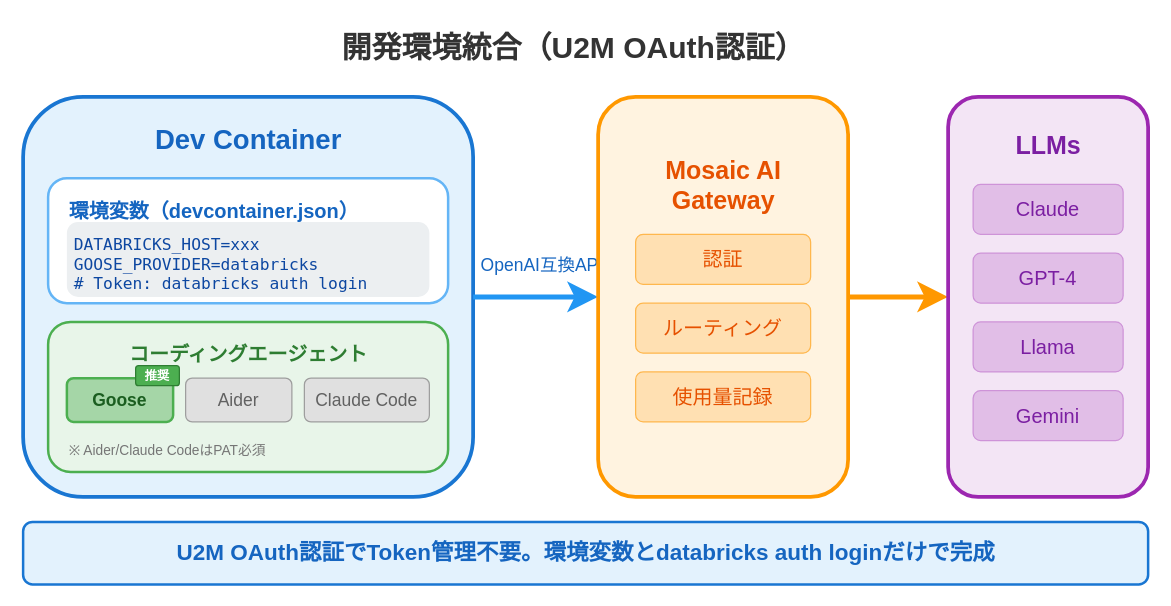
Before: assets/2026-01-27-jedai-ai-gateway/dev-environment.drawio in i9wa4/i9wa4.github.io, a draw.io diagram. Source tidied: cells renumbered, new cells numbered last; positions are measured from the earlier drawing's top-left corner, leaving out a move shared by most shapes. Both pictures are drawn from the tidied source at 125%, with x=0, y=0 at pixel (22, 21).
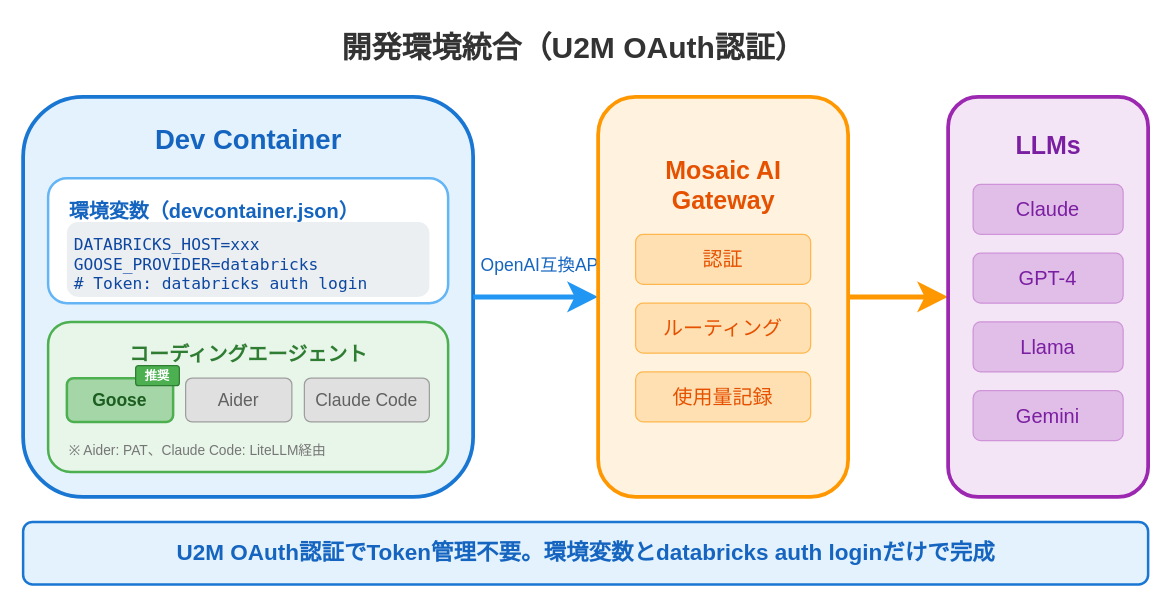
After the change.

Commit message (it also covers changes not shown here):
fix(slides): dev-environment図の注釈を正確に修正

- Aider: PAT必須
- Claude Code: LiteLLM経由必須 (PATではない)

What changed in the source:
```diff
@@
-    <mxCell id="14" value="※ Aider/Claude CodeはPAT必須" style="text;html=1;fontSize=11;fontFamily=Noto Sans JP;fontColor=#757575;align=left;" parent="1" vertex="1">
-      <mxGeometry x="35" y="330" width="200" height="20" as="geometry" />
+    <mxCell id="14" value="※ Aider: PAT、Claude Code: LiteLLM経由" style="text;html=1;fontSize=11;fontFamily=Noto Sans JP;fontColor=#757575;align=left;" parent="1" vertex="1">
+      <mxGeometry x="35" y="330" width="220" height="20" as="geometry" />
     </mxCell>
```
